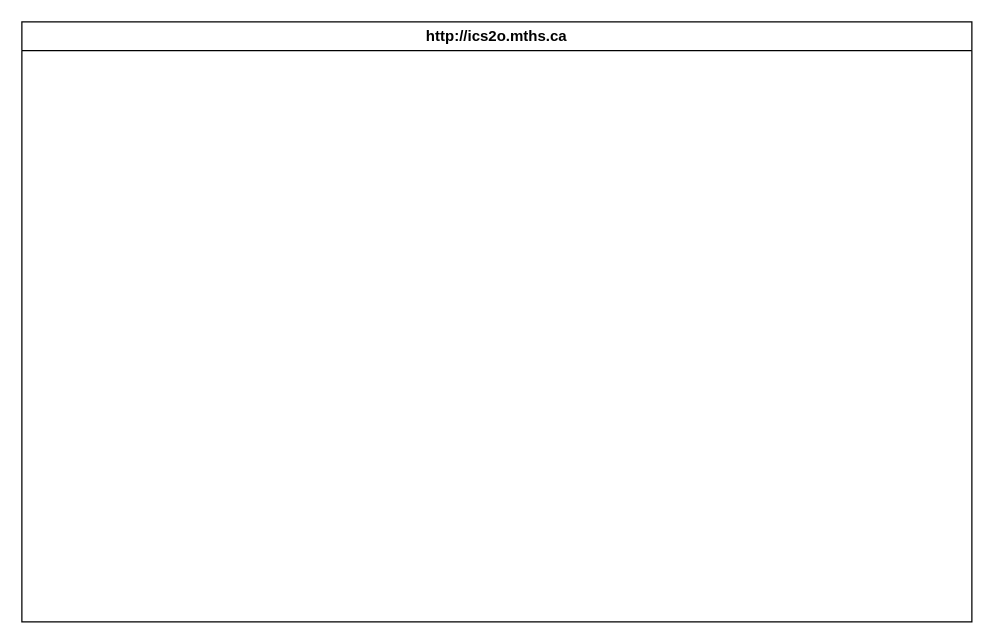
The draw.io diagram design/storyboard.drawio in MTHS-ICS2O-2-2022/ICS2O-Unit-5-01-Armatys22, before the edit. Source tidied: cells renumbered, new cells numbered last; positions are measured from the earlier drawing's top-left corner, leaving out a move shared by most shapes. Both pictures are drawn from the tidied source at 125%, with x=0, y=0 at pixel (21, 21).
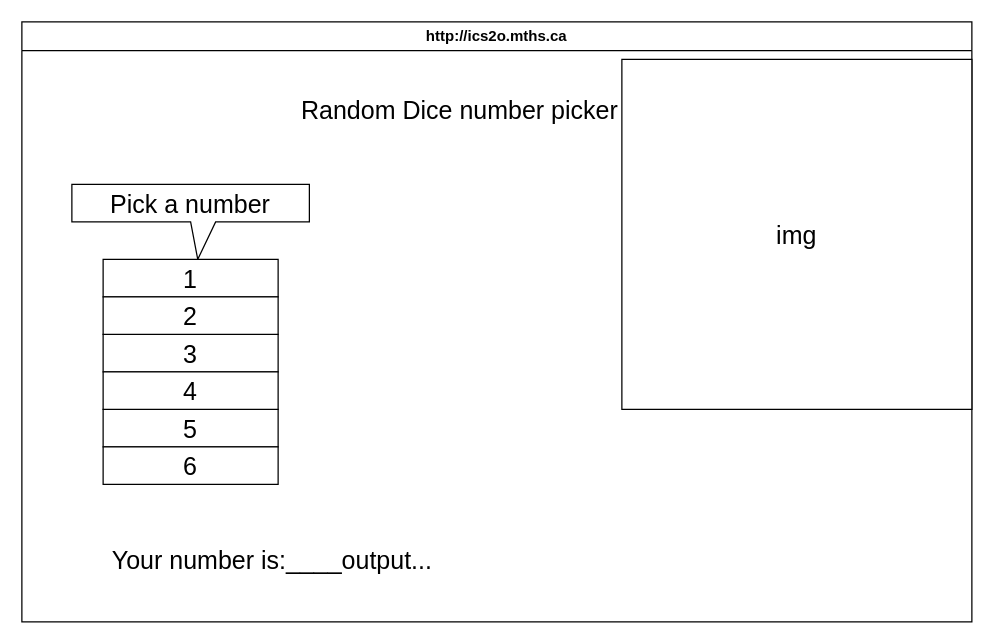
After the change.

Diff of the diagram source:
```diff
@@
 <mxGraphModel>
   <root>
     <mxCell id="0" />
     <mxCell id="1" parent="0" />
     <mxCell id="2" value="http://ics2o.mths.ca" style="swimlane;whiteSpace=wrap;html=1;" parent="1" vertex="1">
       <mxGeometry width="760" height="480" as="geometry" />
     </mxCell>
+    <mxCell id="3" value="&lt;font style=&quot;font-size: 20px;&quot;&gt;Random Dice number picker&lt;/font&gt;" style="text;html=1;align=center;verticalAlign=middle;strokeColor=none;fillColor=none;" parent="2" vertex="1">
+      <mxGeometry x="210" y="50" width="280" height="40" as="geometry" />
+    </mxCell>
+    <mxCell id="4" value="Pick a number" style="shape=callout;whiteSpace=wrap;html=1;perimeter=calloutPerimeter;fontSize=20;position2=0.53;" parent="2" vertex="1">
+      <mxGeometry x="40" y="130" width="190" height="60" as="geometry" />
+    </mxCell>
+    <mxCell id="5" value="1" style="rounded=0;whiteSpace=wrap;html=1;fontSize=20;" parent="2" vertex="1">
+      <mxGeometry x="65" y="190" width="140" height="30" as="geometry" />
+    </mxCell>
+    <mxCell id="6" value="5" style="rounded=0;whiteSpace=wrap;html=1;fontSize=20;" parent="2" vertex="1">
+      <mxGeometry x="65" y="310" width="140" height="30" as="geometry" />
+    </mxCell>
+    <mxCell id="7" value="3" style="rounded=0;whiteSpace=wrap;html=1;fontSize=20;" parent="2" vertex="1">
+      <mxGeometry x="65" y="250" width="140" height="30" as="geometry" />
+    </mxCell>
+    <mxCell id="8" value="4" style="rounded=0;whiteSpace=wrap;html=1;fontSize=20;" parent="2" vertex="1">
+      <mxGeometry x="65" y="280" width="140" height="30" as="geometry" />
+    </mxCell>
+    <mxCell id="9" value="6" style="rounded=0;whiteSpace=wrap;html=1;fontSize=20;" parent="2" vertex="1">
+      <mxGeometry x="65" y="340" width="140" height="30" as="geometry" />
+    </mxCell>
+    <mxCell id="10" value="2" style="rounded=0;whiteSpace=wrap;html=1;fontSize=20;" parent="2" vertex="1">
+      <mxGeometry x="65" y="220" width="140" height="30" as="geometry" />
+    </mxCell>
+    <mxCell id="11" value="Your number is:____output..." style="text;html=1;align=center;verticalAlign=middle;strokeColor=none;fillColor=none;fontSize=20;" parent="2" vertex="1">
+      <mxGeometry x="60" y="410" width="280" height="40" as="geometry" />
+    </mxCell>
+    <mxCell id="12" value="img" style="whiteSpace=wrap;html=1;fontSize=20;" parent="2" vertex="1">
+      <mxGeometry x="480" y="30" width="280" height="280" as="geometry" />
+    </mxCell>
   </root>
 </mxGraphModel>
```
